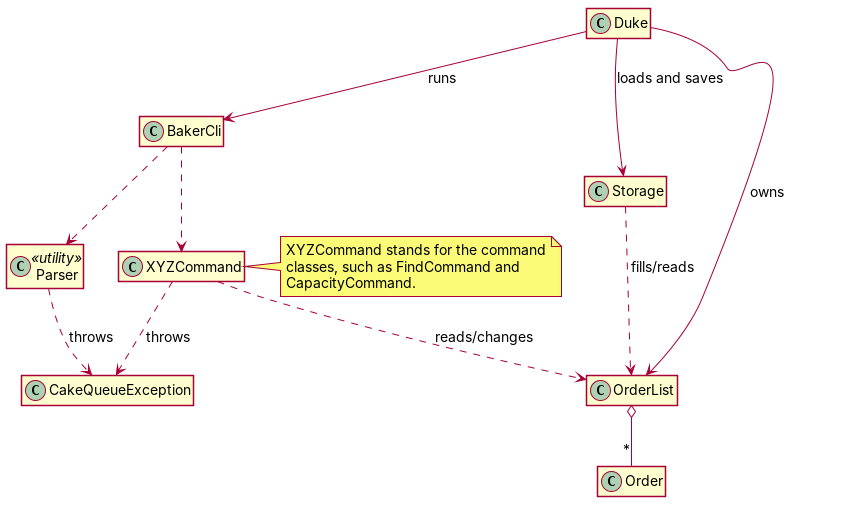
This is docs/diagrams/ArchitectureOverview.png from AY2627S1-CS2113-W12-1/tp, a PlantUML export, as it was before one commit. Its source is kept beside it as docs/diagrams/ArchitectureOverview.puml.
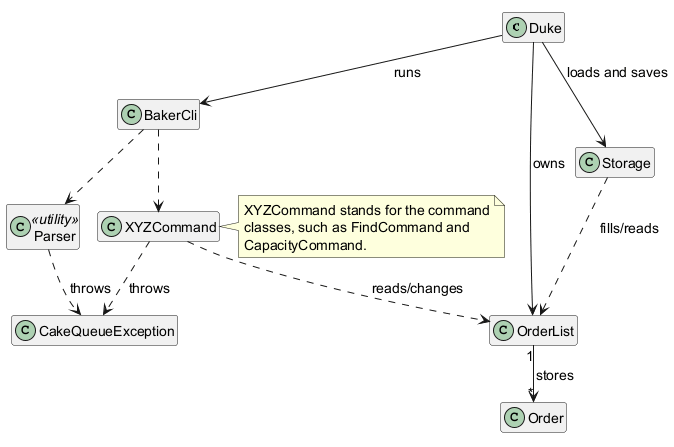
The same diagram one commit later.

The edit, as a diff of the source:
```diff
@@ -21,7 +21,7 @@
 BakerCli ..> Command
 Command ..> OrderList : reads/changes
 Storage ..> OrderList : fills/reads
-OrderList o-- "*" Order
+OrderList "1" --> "*" Order : stores
 
 Parser ..> CakeQueueException : throws
 Command ..> CakeQueueException : throws
```
